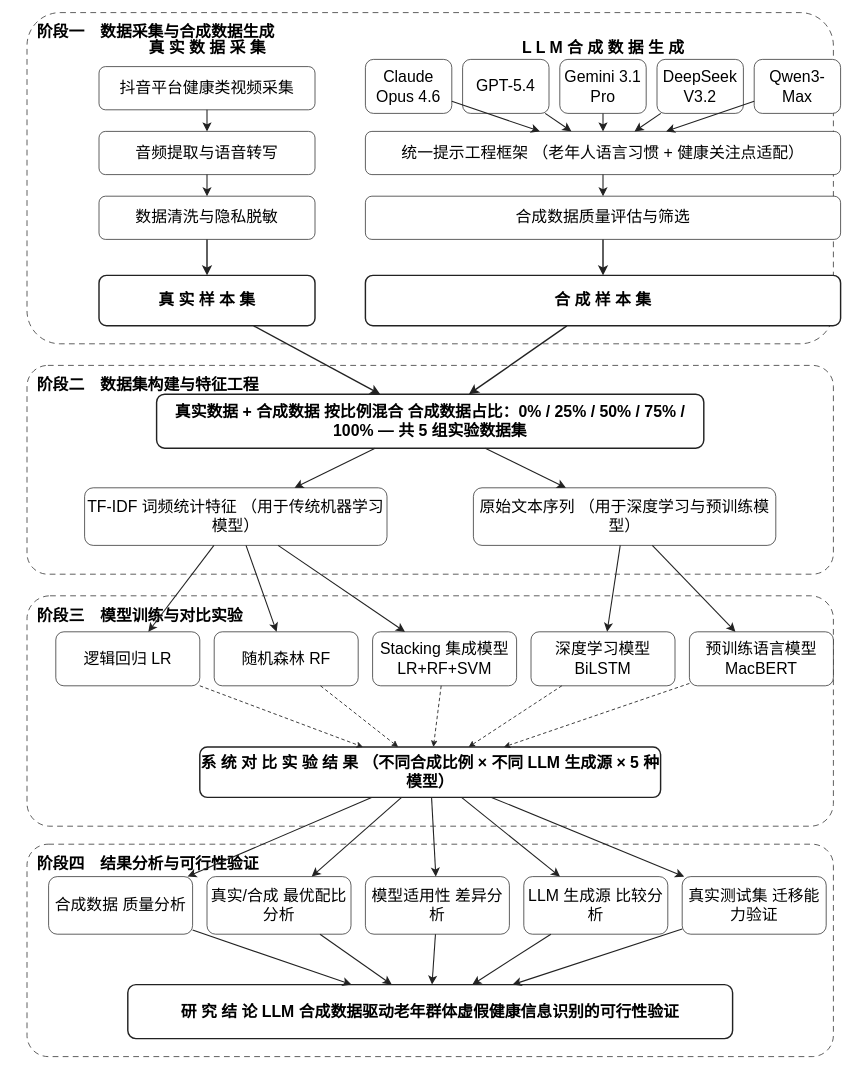
Earlier version of the draw.io diagram 技术路线图.drawio (few2022/paper-reading). Source tidied: cells renumbered, new cells numbered last; positions are measured from the earlier drawing's top-left corner, leaving out a move shared by most shapes. Both pictures are drawn from the tidied source at 72%, with x=0, y=0 at pixel (27, 12).
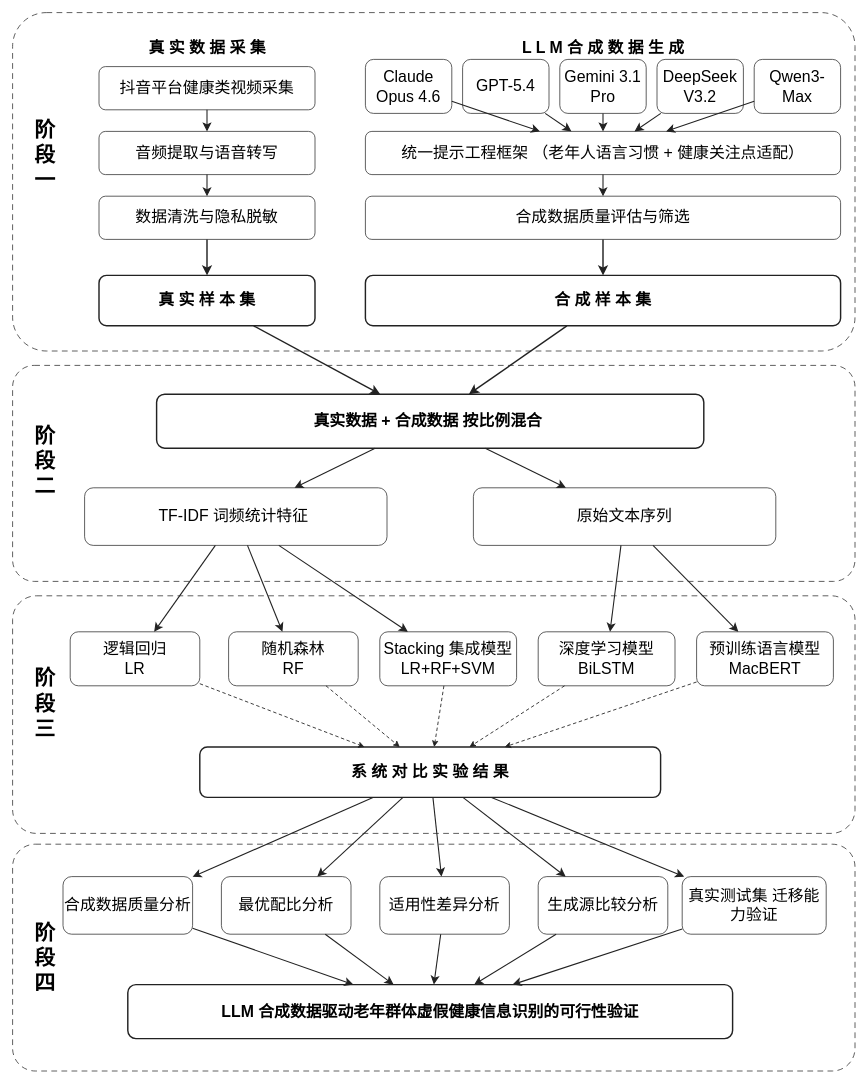
Above is the later version.

Commit message (it also covers changes not shown here):
更新技术路线图.drawio

The edit, as a diff of the source:
```diff
@@
-    <mxCell id="2" value="阶段一　数据采集与合成数据生成" style="rounded=1;whiteSpace=wrap;html=1;fillColor=none;strokeColor=#222222;fontColor=#000000;fontSize=22;fontStyle=1;align=left;verticalAlign=top;dashed=1;dashPattern=8 6;arcSize=10;spacingLeft=12;spacingTop=8;" parent="1" vertex="1">
-      <mxGeometry width="1120" height="460" as="geometry" />
+    <mxCell id="2" style="rounded=1;whiteSpace=wrap;html=1;fillColor=none;strokeColor=#222222;fontColor=#000000;fontSize=22;fontStyle=1;align=left;verticalAlign=top;dashed=1;dashPattern=8 6;arcSize=10;spacingLeft=12;spacingTop=8;" parent="1" vertex="1">
+      <mxGeometry x="-20" width="1170" height="470" as="geometry" />
     </mxCell>
@@
-    <mxCell id="27" value="阶段二　数据集构建与特征工程" style="rounded=1;whiteSpace=wrap;html=1;fillColor=none;strokeColor=#222222;fontColor=#000000;fontSize=22;fontStyle=1;align=left;verticalAlign=top;dashed=1;dashPattern=8 6;arcSize=10;spacingLeft=12;spacingTop=8;" parent="1" vertex="1">
-      <mxGeometry y="490" width="1120" height="290" as="geometry" />
+    <mxCell id="27" style="rounded=1;whiteSpace=wrap;html=1;fillColor=none;strokeColor=#222222;fontColor=#000000;fontSize=22;fontStyle=1;align=left;verticalAlign=top;dashed=1;dashPattern=8 6;arcSize=10;spacingLeft=12;spacingTop=8;" parent="1" vertex="1">
+      <mxGeometry x="-20" y="490" width="1170" height="300" as="geometry" />
     </mxCell>
-    <mxCell id="28" value="真实数据 + 合成数据  按比例混合 合成数据占比：0% / 25% / 50% / 75% / 100% — 共 5 组实验数据集" style="rounded=1;whiteSpace=wrap;html=1;fillColor=#FFFFFF;strokeColor=#222222;fontColor=#000000;fontSize=22;fontStyle=1;align=center;verticalAlign=middle;arcSize=15;strokeWidth=2;" parent="1" vertex="1">
+    <mxCell id="28" value="真实数据 + 合成数据  按比例混合&amp;nbsp;" style="rounded=1;whiteSpace=wrap;html=1;fillColor=#FFFFFF;strokeColor=#222222;fontColor=#000000;fontSize=22;fontStyle=1;align=center;verticalAlign=middle;arcSize=15;strokeWidth=2;" parent="1" vertex="1">
       <mxGeometry x="180" y="530" width="760" height="75" as="geometry" />
     </mxCell>
@@
-    <mxCell id="31" value="TF-IDF 词频统计特征 （用于传统机器学习模型）" style="rounded=1;whiteSpace=wrap;html=1;fillColor=#FFFFFF;strokeColor=#222222;fontColor=#000000;fontSize=22;align=center;verticalAlign=middle;arcSize=15;" parent="1" vertex="1">
+    <mxCell id="31" value="TF-IDF 词频统计特征&amp;nbsp;" style="rounded=1;whiteSpace=wrap;html=1;fillColor=#FFFFFF;strokeColor=#222222;fontColor=#000000;fontSize=22;align=center;verticalAlign=middle;arcSize=15;" parent="1" vertex="1">
       <mxGeometry x="80" y="660" width="420" height="80" as="geometry" />
     </mxCell>
-    <mxCell id="32" value="原始文本序列 （用于深度学习与预训练模型）" style="rounded=1;whiteSpace=wrap;html=1;fillColor=#FFFFFF;strokeColor=#222222;fontColor=#000000;fontSize=22;align=center;verticalAlign=middle;arcSize=15;" parent="1" vertex="1">
+    <mxCell id="32" value="原始文本序列" style="rounded=1;whiteSpace=wrap;html=1;fillColor=#FFFFFF;strokeColor=#222222;fontColor=#000000;fontSize=22;align=center;verticalAlign=middle;arcSize=15;" parent="1" vertex="1">
       <mxGeometry x="620" y="660" width="420" height="80" as="geometry" />
     </mxCell>
@@
-    <mxCell id="35" value="阶段三　模型训练与对比实验" style="rounded=1;whiteSpace=wrap;html=1;fillColor=none;strokeColor=#222222;fontColor=#000000;fontSize=22;fontStyle=1;align=left;verticalAlign=top;dashed=1;dashPattern=8 6;arcSize=10;spacingLeft=12;spacingTop=8;" parent="1" vertex="1">
-      <mxGeometry y="810" width="1120" height="320" as="geometry" />
+    <mxCell id="35" style="rounded=1;whiteSpace=wrap;html=1;fillColor=none;strokeColor=#222222;fontColor=#000000;fontSize=22;fontStyle=1;align=left;verticalAlign=top;dashed=1;dashPattern=8 6;arcSize=10;spacingLeft=12;spacingTop=8;" parent="1" vertex="1">
+      <mxGeometry x="-20" y="810" width="1170" height="330" as="geometry" />
     </mxCell>
-    <mxCell id="36" value="逻辑回归 LR" style="rounded=1;whiteSpace=wrap;html=1;fillColor=#FFFFFF;strokeColor=#222222;fontColor=#000000;fontSize=22;align=center;verticalAlign=middle;arcSize=15;" parent="1" vertex="1">
-      <mxGeometry x="40" y="860" width="200" height="75" as="geometry" />
+    <mxCell id="36" value="逻辑回归&lt;div&gt;LR&lt;/div&gt;" style="rounded=1;whiteSpace=wrap;html=1;fillColor=#FFFFFF;strokeColor=#222222;fontColor=#000000;fontSize=22;align=center;verticalAlign=middle;arcSize=15;" parent="1" vertex="1">
+      <mxGeometry x="60" y="860" width="180" height="75" as="geometry" />
     </mxCell>
-    <mxCell id="37" value="随机森林 RF" style="rounded=1;whiteSpace=wrap;html=1;fillColor=#FFFFFF;strokeColor=#222222;fontColor=#000000;fontSize=22;align=center;verticalAlign=middle;arcSize=15;" parent="1" vertex="1">
-      <mxGeometry x="260" y="860" width="200" height="75" as="geometry" />
+    <mxCell id="37" value="随机森林&lt;div&gt;RF&lt;/div&gt;" style="rounded=1;whiteSpace=wrap;html=1;fillColor=#FFFFFF;strokeColor=#222222;fontColor=#000000;fontSize=22;align=center;verticalAlign=middle;arcSize=15;" parent="1" vertex="1">
+      <mxGeometry x="280" y="860" width="180" height="75" as="geometry" />
     </mxCell>
     <mxCell id="38" value="Stacking 集成模型 LR+RF+SVM" style="rounded=1;whiteSpace=wrap;html=1;fillColor=#FFFFFF;strokeColor=#222222;fontColor=#000000;fontSize=22;align=center;verticalAlign=middle;arcSize=15;" parent="1" vertex="1">
-      <mxGeometry x="480" y="860" width="200" height="75" as="geometry" />
+      <mxGeometry x="490" y="860" width="190" height="75" as="geometry" />
     </mxCell>
     <mxCell id="39" value="深度学习模型 BiLSTM" style="rounded=1;whiteSpace=wrap;html=1;fillColor=#FFFFFF;strokeColor=#222222;fontColor=#000000;fontSize=22;align=center;verticalAlign=middle;arcSize=15;" parent="1" vertex="1">
-      <mxGeometry x="700" y="860" width="200" height="75" as="geometry" />
+      <mxGeometry x="710" y="860" width="190" height="75" as="geometry" />
     </mxCell>
     <mxCell id="40" value="预训练语言模型 MacBERT" style="rounded=1;whiteSpace=wrap;html=1;fillColor=#FFFFFF;strokeColor=#222222;fontColor=#000000;fontSize=22;align=center;verticalAlign=middle;arcSize=15;" parent="1" vertex="1">
-      <mxGeometry x="920" y="860" width="200" height="75" as="geometry" />
+      <mxGeometry x="930" y="860" width="190" height="75" as="geometry" />
     </mxCell>
@@
-    <mxCell id="46" value="系 统 对 比 实 验 结 果 （不同合成比例 × 不同 LLM 生成源 × 5 种模型）" style="rounded=1;whiteSpace=wrap;html=1;fillColor=#FFFFFF;strokeColor=#222222;fontColor=#000000;fontSize=22;fontStyle=1;align=center;verticalAlign=middle;arcSize=15;strokeWidth=2;" parent="1" vertex="1">
+    <mxCell id="46" value="系 统 对 比 实 验 结 果" style="rounded=1;whiteSpace=wrap;html=1;fillColor=#FFFFFF;strokeColor=#222222;fontColor=#000000;fontSize=22;fontStyle=1;align=center;verticalAlign=middle;arcSize=15;strokeWidth=2;" parent="1" vertex="1">
       <mxGeometry x="240" y="1020" width="640" height="70" as="geometry" />
     </mxCell>
@@
-    <mxCell id="52" value="阶段四　结果分析与可行性验证" style="rounded=1;whiteSpace=wrap;html=1;fillColor=none;strokeColor=#222222;fontColor=#000000;fontSize=22;fontStyle=1;align=left;verticalAlign=top;dashed=1;dashPattern=8 6;arcSize=10;spacingLeft=12;spacingTop=8;" parent="1" vertex="1">
-      <mxGeometry y="1155" width="1120" height="295" as="geometry" />
+    <mxCell id="52" style="rounded=1;whiteSpace=wrap;html=1;fillColor=none;strokeColor=#222222;fontColor=#000000;fontSize=22;fontStyle=1;align=left;verticalAlign=top;dashed=1;dashPattern=8 6;arcSize=10;spacingLeft=12;spacingTop=8;" parent="1" vertex="1">
+      <mxGeometry x="-20" y="1155" width="1170" height="315" as="geometry" />
     </mxCell>
-    <mxCell id="53" value="合成数据 质量分析" style="rounded=1;whiteSpace=wrap;html=1;fillColor=#FFFFFF;strokeColor=#222222;fontColor=#000000;fontSize=22;align=center;verticalAlign=middle;arcSize=15;" parent="1" vertex="1">
-      <mxGeometry x="30" y="1200" width="200" height="80" as="geometry" />
+    <mxCell id="53" value="合成数据质量分析" style="rounded=1;whiteSpace=wrap;html=1;fillColor=#FFFFFF;strokeColor=#222222;fontColor=#000000;fontSize=22;align=center;verticalAlign=middle;arcSize=15;" parent="1" vertex="1">
+      <mxGeometry x="50" y="1200" width="180" height="80" as="geometry" />
     </mxCell>
-    <mxCell id="54" value="真实/合成 最优配比分析" style="rounded=1;whiteSpace=wrap;html=1;fillColor=#FFFFFF;strokeColor=#222222;fontColor=#000000;fontSize=22;align=center;verticalAlign=middle;arcSize=15;" parent="1" vertex="1">
-      <mxGeometry x="250" y="1200" width="200" height="80" as="geometry" />
+    <mxCell id="54" value="最优配比分析" style="rounded=1;whiteSpace=wrap;html=1;fillColor=#FFFFFF;strokeColor=#222222;fontColor=#000000;fontSize=22;align=center;verticalAlign=middle;arcSize=15;" parent="1" vertex="1">
+      <mxGeometry x="270" y="1200" width="180" height="80" as="geometry" />
     </mxCell>
-    <mxCell id="55" value="模型适用性 差异分析" style="rounded=1;whiteSpace=wrap;html=1;fillColor=#FFFFFF;strokeColor=#222222;fontColor=#000000;fontSize=22;align=center;verticalAlign=middle;arcSize=15;" parent="1" vertex="1">
-      <mxGeometry x="470" y="1200" width="200" height="80" as="geometry" />
+    <mxCell id="55" value="适用性差异分析" style="rounded=1;whiteSpace=wrap;html=1;fillColor=#FFFFFF;strokeColor=#222222;fontColor=#000000;fontSize=22;align=center;verticalAlign=middle;arcSize=15;" parent="1" vertex="1">
+      <mxGeometry x="490" y="1200" width="180" height="80" as="geometry" />
     </mxCell>
-    <mxCell id="56" value="LLM 生成源 比较分析" style="rounded=1;whiteSpace=wrap;html=1;fillColor=#FFFFFF;strokeColor=#222222;fontColor=#000000;fontSize=22;align=center;verticalAlign=middle;arcSize=15;" parent="1" vertex="1">
-      <mxGeometry x="690" y="1200" width="200" height="80" as="geometry" />
+    <mxCell id="56" value="生成源比较分析" style="rounded=1;whiteSpace=wrap;html=1;fillColor=#FFFFFF;strokeColor=#222222;fontColor=#000000;fontSize=22;align=center;verticalAlign=middle;arcSize=15;" parent="1" vertex="1">
+      <mxGeometry x="710" y="1200" width="180" height="80" as="geometry" />
     </mxCell>
@@
-    <mxCell id="63" value="研 究 结 论 LLM 合成数据驱动老年群体虚假健康信息识别的可行性验证" style="rounded=1;whiteSpace=wrap;html=1;fillColor=#FFFFFF;strokeColor=#222222;fontColor=#000000;fontSize=22;fontStyle=1;align=center;verticalAlign=middle;arcSize=15;strokeWidth=2;" parent="1" vertex="1">
+    <mxCell id="63" value="LLM 合成数据驱动老年群体虚假健康信息识别的可行性验证" style="rounded=1;whiteSpace=wrap;html=1;fillColor=#FFFFFF;strokeColor=#222222;fontColor=#000000;fontSize=22;fontStyle=1;align=center;verticalAlign=middle;arcSize=15;strokeWidth=2;" parent="1" vertex="1">
       <mxGeometry x="140" y="1350" width="840" height="75" as="geometry" />
     </mxCell>
@@
+    <mxCell id="69" value="&lt;span style=&quot;font-weight: 700; text-align: left;&quot;&gt;&lt;font style=&quot;font-size: 29px;&quot;&gt;阶段一&lt;/font&gt;&lt;/span&gt;" style="text;html=1;whiteSpace=wrap;strokeColor=none;fillColor=none;align=center;verticalAlign=middle;rounded=0;" parent="1" vertex="1">
+      <mxGeometry x="10" y="75" width="30" height="245" as="geometry" />
+    </mxCell>
+    <mxCell id="70" value="&lt;span style=&quot;font-weight: 700; text-align: left;&quot;&gt;&lt;font style=&quot;font-size: 29px;&quot;&gt;阶段二&lt;/font&gt;&lt;/span&gt;" style="text;html=1;whiteSpace=wrap;strokeColor=none;fillColor=none;align=center;verticalAlign=middle;rounded=0;" parent="1" vertex="1">
+      <mxGeometry x="10" y="540" width="30" height="166.2" as="geometry" />
+    </mxCell>
+    <mxCell id="71" value="&lt;span style=&quot;font-weight: 700; text-align: left;&quot;&gt;&lt;font style=&quot;font-size: 29px;&quot;&gt;阶&lt;/font&gt;&lt;/span&gt;&lt;div&gt;&lt;span style=&quot;font-weight: 700; text-align: left;&quot;&gt;&lt;font style=&quot;font-size: 29px;&quot;&gt;段&lt;/font&gt;&lt;/span&gt;&lt;/div&gt;&lt;div&gt;&lt;span style=&quot;font-weight: 700; text-align: left;&quot;&gt;&lt;font style=&quot;font-size: 29px;&quot;&gt;三　&lt;/font&gt;&lt;/span&gt;&lt;/div&gt;" style="text;html=1;whiteSpace=wrap;strokeColor=none;fillColor=none;align=center;verticalAlign=middle;rounded=0;fontFamily=Helvetica;fontSize=12;fontColor=default;fontStyle=0;" parent="1" vertex="1">
+      <mxGeometry x="10" y="880" width="30" height="160" as="geometry" />
+    </mxCell>
+    <mxCell id="72" value="&lt;span style=&quot;font-weight: 700; text-align: left;&quot;&gt;&lt;font style=&quot;font-size: 29px;&quot;&gt;阶段四&lt;/font&gt;&lt;/span&gt;" style="text;html=1;whiteSpace=wrap;strokeColor=none;fillColor=none;align=center;verticalAlign=middle;rounded=0;" parent="1" vertex="1">
+      <mxGeometry x="10" y="1238.8" width="30" height="147.5" as="geometry" />
+    </mxCell>
```
